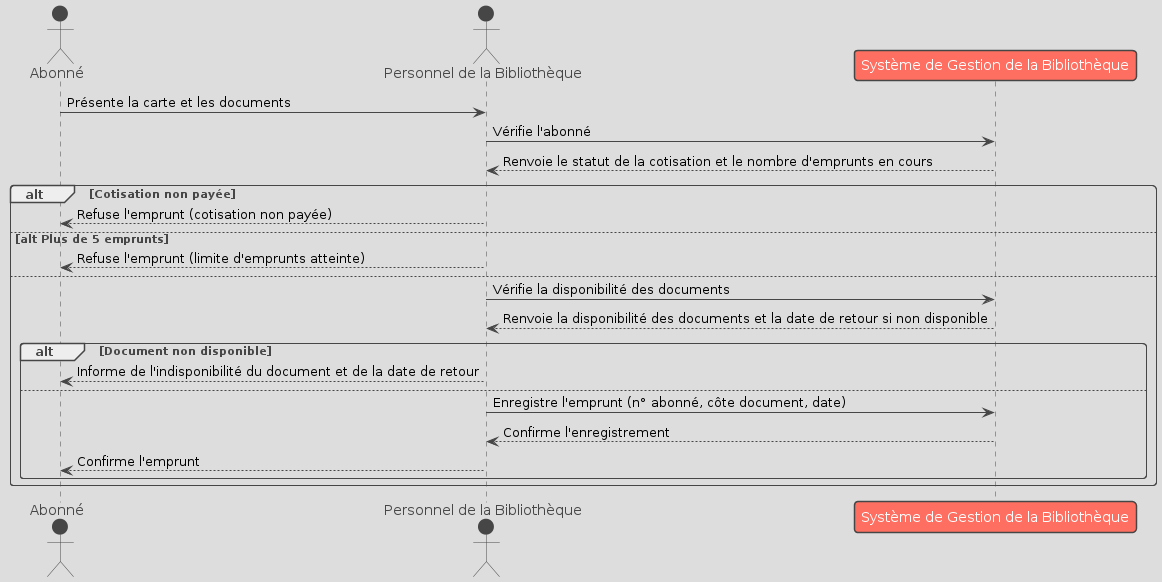
clemence95/CDA24178 keeps this PlantUML diagram as asset/diagramme_sequence.png. Above is the earlier version.
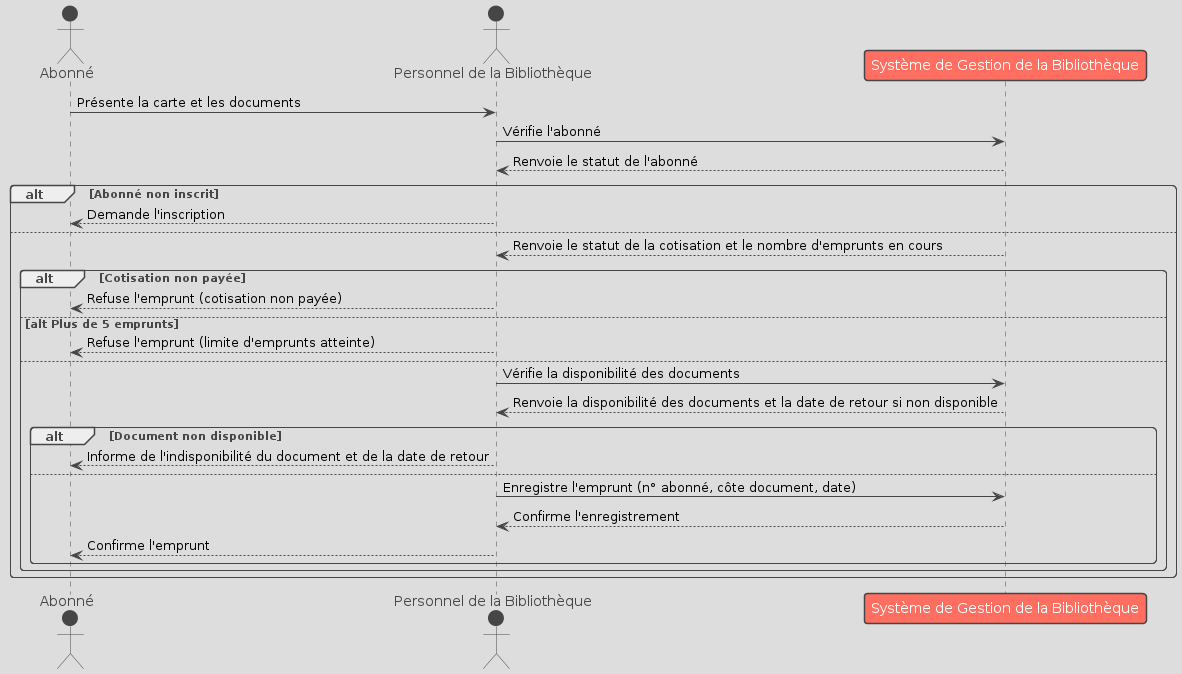
Above is the later version.

What changed in the source:
```diff
@@ -6,21 +6,27 @@
 
 Abonné -> Bibliothecaire: Présente la carte et les documents
 Bibliothecaire -> Systeme: Vérifie l'abonné
-Systeme --> Bibliothecaire: Renvoie le statut de la cotisation et le nombre d'emprunts en cours
+Systeme --> Bibliothecaire: Renvoie le statut de l'abonné
 
-alt Cotisation non payée
-    Bibliothecaire --> Abonné: Refuse l'emprunt (cotisation non payée)
-else alt Plus de 5 emprunts
-    Bibliothecaire --> Abonné: Refuse l'emprunt (limite d'emprunts atteinte)
+alt Abonné non inscrit
+    Bibliothecaire --> Abonné: Demande l'inscription
 else
-    Bibliothecaire -> Systeme: Vérifie la disponibilité des documents
-    Systeme --> Bibliothecaire: Renvoie la disponibilité des documents et la date de retour si non disponible
-    alt Document non disponible
-        Bibliothecaire --> Abonné: Informe de l'indisponibilité du document et de la date de retour
+    Systeme --> Bibliothecaire: Renvoie le statut de la cotisation et le nombre d'emprunts en cours
+
+    alt Cotisation non payée
+        Bibliothecaire --> Abonné: Refuse l'emprunt (cotisation non payée)
+    else alt Plus de 5 emprunts
+        Bibliothecaire --> Abonné: Refuse l'emprunt (limite d'emprunts atteinte)
     else
-        Bibliothecaire -> Systeme: Enregistre l'emprunt (n° abonné, côte document, date)
-        Systeme --> Bibliothecaire: Confirme l'enregistrement
-        Bibliothecaire --> Abonné: Confirme l'emprunt
+        Bibliothecaire -> Systeme: Vérifie la disponibilité des documents
+        Systeme --> Bibliothecaire: Renvoie la disponibilité des documents et la date de retour si non disponible
+        alt Document non disponible
+            Bibliothecaire --> Abonné: Informe de l'indisponibilité du document et de la date de retour
+        else
+            Bibliothecaire -> Systeme: Enregistre l'emprunt (n° abonné, côte document, date)
+            Systeme --> Bibliothecaire: Confirme l'enregistrement
+            Bibliothecaire --> Abonné: Confirme l'emprunt
+        end
     end
 end
 @enduml
```
